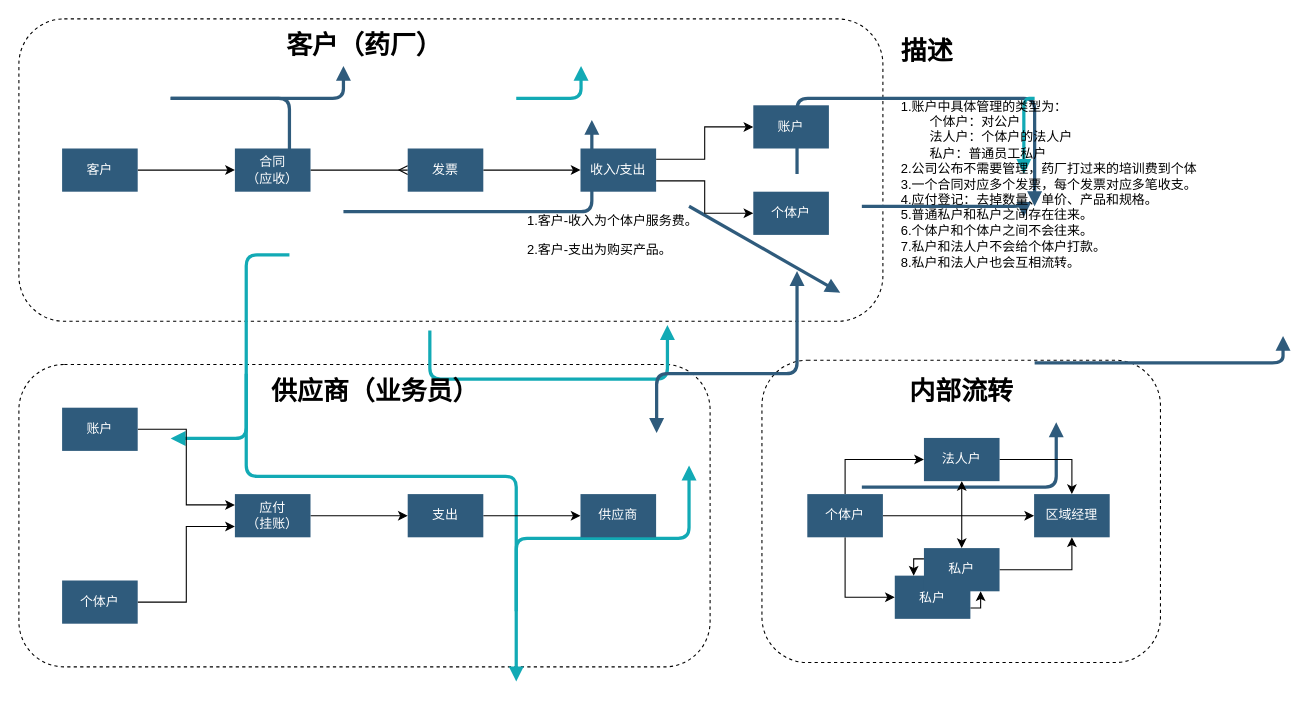
Earlier version of the draw.io diagram 台账系统.drawio (xiaoming728/draw). Source tidied: cells renumbered, new cells numbered last; positions are measured from the earlier drawing's top-left corner, leaving out a move shared by most shapes. Both pictures are drawn from the tidied source at 108%, with x=0, y=0 at pixel (18, 18).
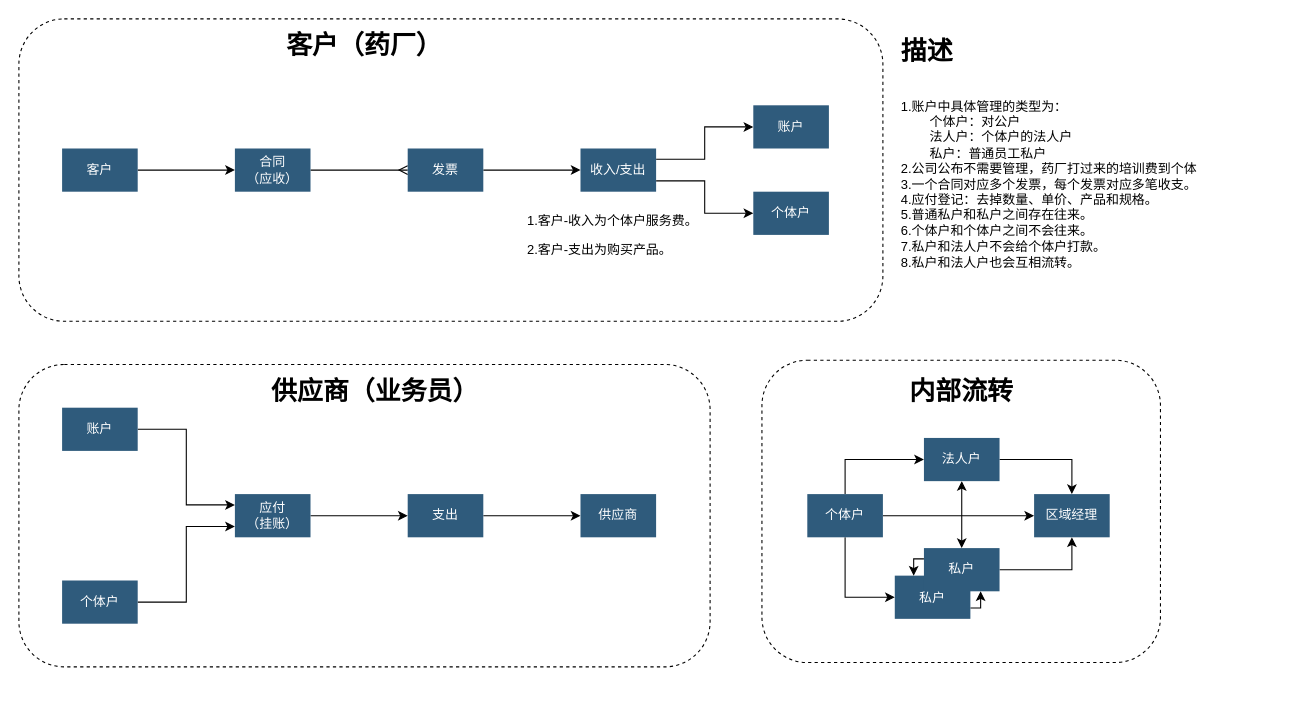
The same page after the edit.

Commit message:
更新台账系统.drawio

Diff of the diagram source:
```diff
@@
+    <mxCell id="56" value="&lt;b&gt;&lt;font style=&quot;font-size: 24px;&quot;&gt;描述&lt;/font&gt;&lt;/b&gt;&lt;div&gt;&lt;span style=&quot;font-size: 24px;&quot;&gt;&lt;b&gt;&lt;br&gt;&lt;/b&gt;&lt;/span&gt;1.账户中具体管理的类型为：&lt;br&gt;&lt;span style=&quot;white-space: pre;&quot;&gt;&#9;&lt;/span&gt;个体户：对公户&lt;br&gt;&lt;span style=&quot;white-space: pre;&quot;&gt;&#9;&lt;/span&gt;法人户：个体户的法人户&lt;br&gt;&lt;span style=&quot;white-space: pre;&quot;&gt;&#9;&lt;/span&gt;私户：普通员工私户&lt;br&gt;2.公司公布不需要管理，药厂打过来的培训费到个体&lt;br&gt;3.一个合同对应多个发票，每个发票对应多笔收支。&lt;br&gt;4.应付登记：去掉数量、单价、产品和规格。&lt;br&gt;5.普通私户和私户之间存在往来。&lt;br&gt;6.个体户和个体户之间不会往来。&lt;br&gt;7.私户和法人户不会给个体户打款。&lt;br&gt;8.私户和法人户也会互相流转。&lt;div&gt;&lt;br&gt;&lt;/div&gt;&lt;/div&gt;" style="text;overflow=hidden;rounded=0;align=left;verticalAlign=top;whiteSpace=wrap;html=1;" parent="1" vertex="1">
+      <mxGeometry x="815" y="10" width="297" height="258" as="geometry" />
+    </mxCell>
@@
-    <mxCell id="5" style="edgeStyle=segmentEdgeStyle;strokeColor=#2F5B7C;strokeWidth=3;html=1;endArrow=block;endFill=1;" parent="1" edge="1">
-      <mxGeometry x="164.5" y="178.5" as="geometry">
-        <mxPoint x="140.5" y="73.5" as="sourcePoint" />
-        <mxPoint x="300.5" y="43.5" as="targetPoint" />
-      </mxGeometry>
-    </mxCell>
-    <mxCell id="6" style="edgeStyle=segmentEdgeStyle;strokeColor=#12AAB5;strokeWidth=3;html=1;endArrow=block;endFill=1;" parent="1" edge="1">
-      <mxGeometry x="164.5" y="433.5" as="geometry">
-        <mxPoint x="250.5" y="218.5" as="sourcePoint" />
-        <mxPoint x="140.5" y="388.5" as="targetPoint" />
-        <Array as="points">
-          <mxPoint x="210.5" y="388.5" />
-        </Array>
-      </mxGeometry>
-    </mxCell>
-    <mxCell id="7" style="edgeStyle=segmentEdgeStyle;strokeColor=#2F5B7C;strokeWidth=3;html=1;endArrow=block;endFill=1;" parent="1" edge="1">
-      <mxGeometry x="164.5" y="178.5" as="geometry">
-        <mxPoint x="140.5" y="73.5" as="sourcePoint" />
-        <mxPoint x="250.5" y="158.5" as="targetPoint" />
-      </mxGeometry>
-    </mxCell>
-    <mxCell id="8" style="edgeStyle=segmentEdgeStyle;strokeColor=#12AAB5;strokeWidth=3;html=1;endArrow=block;endFill=1;" parent="1" edge="1">
-      <mxGeometry x="234.5" y="433.5" as="geometry">
-        <mxPoint x="210.5" y="328.5" as="sourcePoint" />
-        <mxPoint x="460.5" y="613.5" as="targetPoint" />
-        <Array as="points">
-          <mxPoint x="210.5" y="423.5" />
-        </Array>
-      </mxGeometry>
-    </mxCell>
-    <mxCell id="9" style="edgeStyle=elbowEdgeStyle;elbow=vertical;strokeColor=#12AAB5;strokeWidth=3;html=1;endArrow=block;endFill=1;" parent="1" edge="1">
-      <mxGeometry x="484.5" y="623.5" as="geometry">
-        <mxPoint x="460.5" y="548.4" as="sourcePoint" />
-        <mxPoint x="620.5" y="413.5" as="targetPoint" />
-      </mxGeometry>
-    </mxCell>
-    <mxCell id="10" style="edgeStyle=segmentEdgeStyle;strokeColor=#2F5B7C;strokeWidth=3;html=1;endArrow=block;endFill=1;" parent="1" edge="1">
-      <mxGeometry x="324.5" y="283.5" as="geometry">
-        <mxPoint x="300.5" y="178.5" as="sourcePoint" />
-        <mxPoint x="530.5" y="93.5" as="targetPoint" />
-      </mxGeometry>
-    </mxCell>
-    <mxCell id="11" style="edgeStyle=segmentEdgeStyle;strokeColor=#12AAB5;strokeWidth=3;html=1;endArrow=block;endFill=1;" parent="1" edge="1">
-      <mxGeometry x="484.5" y="178.5" as="geometry">
-        <mxPoint x="460.5" y="73.5" as="sourcePoint" />
-        <mxPoint x="520.5" y="43.5" as="targetPoint" />
-      </mxGeometry>
-    </mxCell>
-    <mxCell id="12" style="edgeStyle=none;strokeColor=#2F5B7C;strokeWidth=3;html=1;endArrow=block;endFill=1;" parent="1" edge="1">
-      <mxGeometry x="644.5" y="278.5" as="geometry">
-        <mxPoint x="620.5" y="173.5" as="sourcePoint" />
-        <mxPoint x="760.5" y="253.5" as="targetPoint" />
-      </mxGeometry>
-    </mxCell>
-    <mxCell id="13" style="edgeStyle=segmentEdgeStyle;strokeColor=#12AAB5;strokeWidth=3;html=1;endArrow=block;endFill=1;" parent="1" edge="1">
-      <mxGeometry x="404.5" y="393.5" as="geometry">
-        <mxPoint x="380.5" y="288.5" as="sourcePoint" />
-        <mxPoint x="600.5" y="283.5" as="targetPoint" />
-        <Array as="points">
-          <mxPoint x="380.5" y="333.5" />
-        </Array>
-      </mxGeometry>
-    </mxCell>
-    <mxCell id="14" style="edgeStyle=segmentEdgeStyle;strokeColor=#2F5B7C;strokeWidth=3;html=1;endArrow=block;endFill=1;" parent="1" edge="1">
-      <mxGeometry x="644.5" y="308.5" as="geometry">
-        <mxPoint x="620.5" y="328.5" as="sourcePoint" />
-        <mxPoint x="720.5" y="233.5" as="targetPoint" />
-      </mxGeometry>
-    </mxCell>
-    <mxCell id="15" style="edgeStyle=segmentEdgeStyle;strokeColor=#2F5B7C;strokeWidth=3;html=1;endArrow=block;endFill=1;" parent="1" edge="1">
-      <mxGeometry x="644.5" y="433.5" as="geometry">
-        <mxPoint x="620.5" y="328.5" as="sourcePoint" />
-        <mxPoint x="590.5" y="383.5" as="targetPoint" />
-      </mxGeometry>
-    </mxCell>
-    <mxCell id="16" style="edgeStyle=segmentEdgeStyle;strokeColor=#2F5B7C;strokeWidth=3;html=1;endArrow=block;endFill=1;" parent="1" edge="1">
-      <mxGeometry x="744.5" y="178.5" as="geometry">
-        <mxPoint x="720.5" y="143.5" as="sourcePoint" />
-        <mxPoint x="940.5" y="173.5" as="targetPoint" />
-        <Array as="points">
-          <mxPoint x="720.5" y="73.5" />
-        </Array>
-      </mxGeometry>
-    </mxCell>
-    <mxCell id="17" style="edgeStyle=segmentEdgeStyle;strokeColor=#2F5B7C;strokeWidth=3;html=1;endArrow=block;endFill=1;" parent="1" edge="1">
-      <mxGeometry x="804.5" y="278.5" as="geometry">
-        <mxPoint x="780.5" y="173.5" as="sourcePoint" />
-        <mxPoint x="930.5" y="183.5" as="targetPoint" />
-      </mxGeometry>
-    </mxCell>
-    <mxCell id="18" style="edgeStyle=segmentEdgeStyle;strokeColor=#2F5B7C;strokeWidth=3;html=1;endArrow=block;endFill=1;" parent="1" edge="1">
-      <mxGeometry x="804.5" y="538.5" as="geometry">
-        <mxPoint x="780.5" y="433.5" as="sourcePoint" />
-        <mxPoint x="960.5" y="373.5" as="targetPoint" />
-      </mxGeometry>
-    </mxCell>
-    <mxCell id="19" style="edgeStyle=segmentEdgeStyle;strokeColor=#2F5B7C;strokeWidth=3;html=1;endArrow=block;endFill=1;" parent="1" edge="1">
-      <mxGeometry x="964.5" y="423.5" as="geometry">
-        <mxPoint x="940.5" y="318.5" as="sourcePoint" />
-        <mxPoint x="1170.5" y="293.5" as="targetPoint" />
-      </mxGeometry>
-    </mxCell>
-    <mxCell id="20" style="edgeStyle=segmentEdgeStyle;strokeColor=#12AAB5;strokeWidth=3;html=1;endArrow=block;endFill=1;" parent="1" edge="1">
-      <mxGeometry x="964.5" y="178.5" as="geometry">
-        <mxPoint x="940.5" y="73.5" as="sourcePoint" />
-        <mxPoint x="930.5" y="143.5" as="targetPoint" />
-      </mxGeometry>
-    </mxCell>
@@
-    <mxCell id="56" value="&lt;b&gt;&lt;font style=&quot;font-size: 24px;&quot;&gt;描述&lt;/font&gt;&lt;/b&gt;&lt;div&gt;&lt;span style=&quot;font-size: 24px;&quot;&gt;&lt;b&gt;&lt;br&gt;&lt;/b&gt;&lt;/span&gt;1.账户中具体管理的类型为：&lt;br&gt;&lt;span style=&quot;white-space: pre;&quot;&gt;&#9;&lt;/span&gt;个体户：对公户&lt;br&gt;&lt;span style=&quot;white-space: pre;&quot;&gt;&#9;&lt;/span&gt;法人户：个体户的法人户&lt;br&gt;&lt;span style=&quot;white-space: pre;&quot;&gt;&#9;&lt;/span&gt;私户：普通员工私户&lt;br&gt;2.公司公布不需要管理，药厂打过来的培训费到个体&lt;br&gt;3.一个合同对应多个发票，每个发票对应多笔收支。&lt;br&gt;4.应付登记：去掉数量、单价、产品和规格。&lt;br&gt;5.普通私户和私户之间存在往来。&lt;br&gt;6.个体户和个体户之间不会往来。&lt;br&gt;7.私户和法人户不会给个体户打款。&lt;br&gt;8.私户和法人户也会互相流转。&lt;div&gt;&lt;br&gt;&lt;/div&gt;&lt;/div&gt;" style="text;overflow=hidden;rounded=0;align=left;verticalAlign=top;whiteSpace=wrap;html=1;" parent="1" vertex="1">
-      <mxGeometry x="815" y="10" width="297" height="258" as="geometry" />
-    </mxCell>
```
